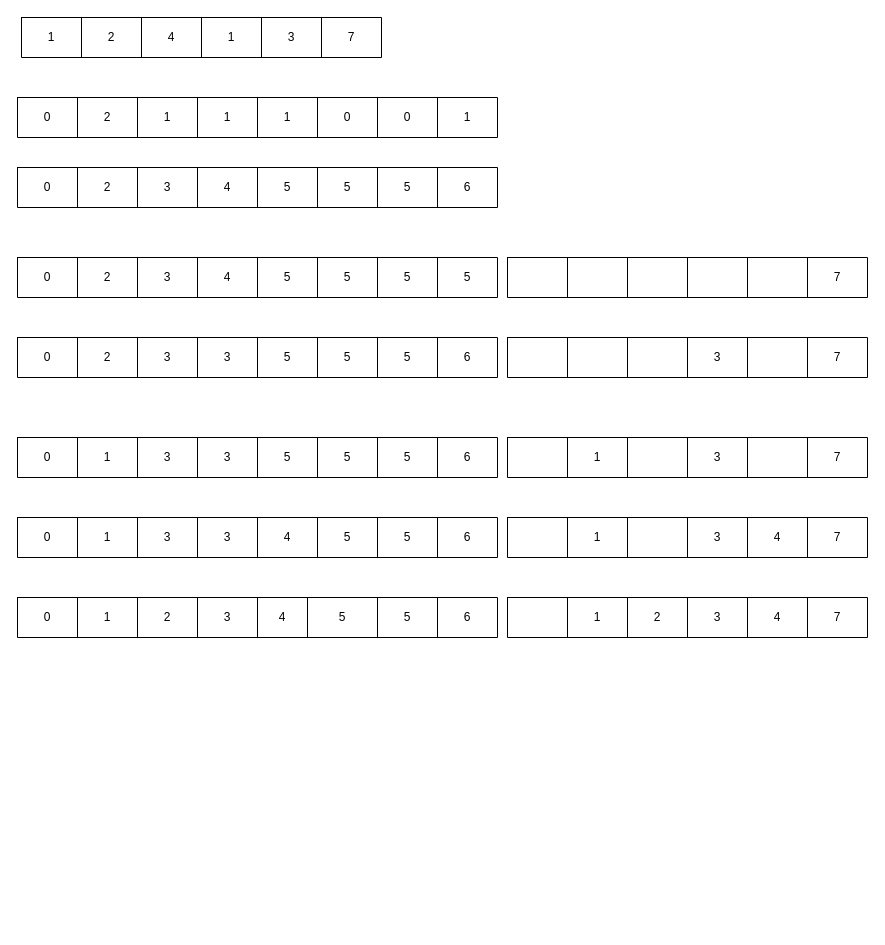
Above: Untitled sort.drawio in qinhaohao1114/my-draw (draw.io), before the change. Source tidied: cells renumbered, new cells numbered last; positions are measured from the earlier drawing's top-left corner, leaving out a move shared by most shapes. Both pictures are drawn from the tidied source at 100%, with x=0, y=0 at pixel (17, 17).
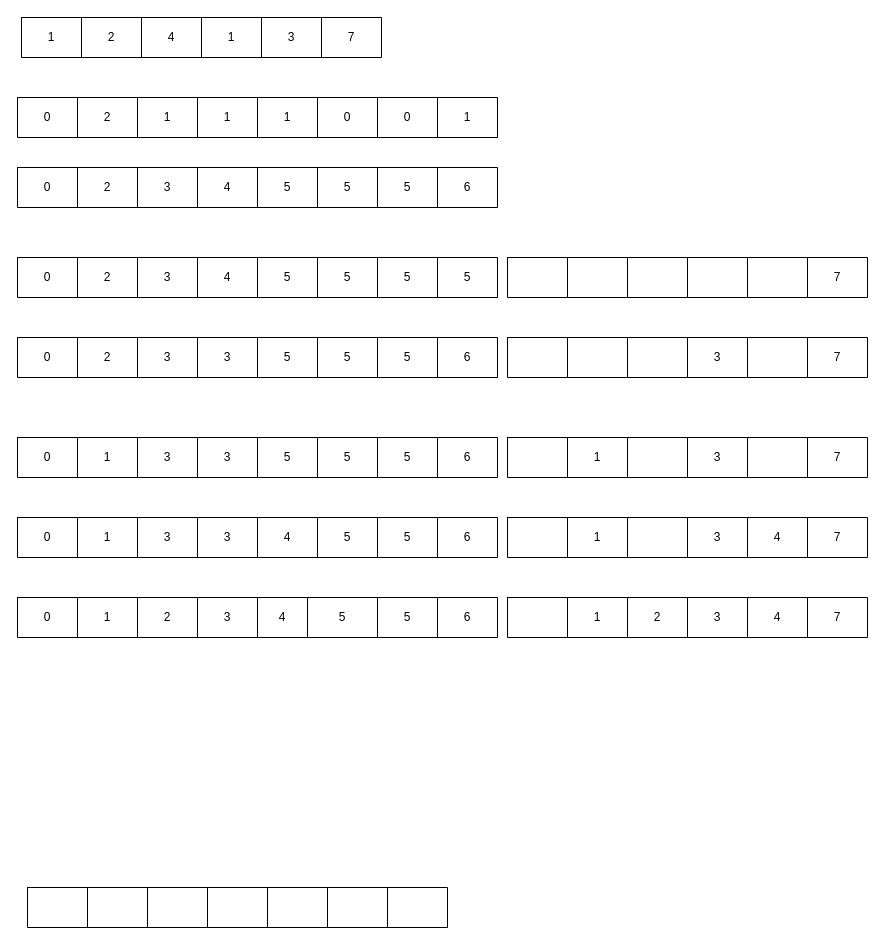
The same diagram, later.

What changed in the source:
```diff
@@
+    <mxCell id="120" style="shape=table;html=1;whiteSpace=wrap;startSize=0;childLayout=tableLayout;" parent="1" vertex="1">
+      <mxGeometry x="10" y="870" width="420" height="40" as="geometry" />
+    </mxCell>
+    <mxCell id="121" style="shape=partialRectangle;html=1;whiteSpace=wrap;fillColor=none;top=0;left=0;bottom=0;right=0;" parent="120" vertex="1">
+      <mxGeometry width="420" height="40" as="geometry" />
+    </mxCell>
+    <mxCell id="122" style="shape=partialRectangle;html=1;whiteSpace=wrap;overflow=hidden;fillColor=none;top=0;left=0;bottom=0;right=0;" parent="121" vertex="1">
+      <mxGeometry width="60" height="40" as="geometry" />
+    </mxCell>
+    <mxCell id="123" style="shape=partialRectangle;html=1;whiteSpace=wrap;overflow=hidden;fillColor=none;top=0;left=0;bottom=0;right=0;" parent="121" vertex="1">
+      <mxGeometry x="60" width="60" height="40" as="geometry" />
+    </mxCell>
+    <mxCell id="124" style="shape=partialRectangle;html=1;whiteSpace=wrap;overflow=hidden;fillColor=none;top=0;left=0;bottom=0;right=0;" parent="121" vertex="1">
+      <mxGeometry x="120" width="60" height="40" as="geometry" />
+    </mxCell>
+    <mxCell id="125" style="shape=partialRectangle;html=1;whiteSpace=wrap;overflow=hidden;fillColor=none;top=0;left=0;bottom=0;right=0;" parent="121" vertex="1">
+      <mxGeometry x="180" width="60" height="40" as="geometry" />
+    </mxCell>
+    <mxCell id="126" style="shape=partialRectangle;html=1;whiteSpace=wrap;overflow=hidden;fillColor=none;top=0;left=0;bottom=0;right=0;" parent="121" vertex="1">
+      <mxGeometry x="240" width="60" height="40" as="geometry" />
+    </mxCell>
+    <mxCell id="127" style="shape=partialRectangle;html=1;whiteSpace=wrap;overflow=hidden;fillColor=none;top=0;left=0;bottom=0;right=0;" parent="121" vertex="1">
+      <mxGeometry x="300" width="60" height="40" as="geometry" />
+    </mxCell>
+    <mxCell id="128" style="shape=partialRectangle;html=1;whiteSpace=wrap;overflow=hidden;fillColor=none;top=0;left=0;bottom=0;right=0;" parent="121" vertex="1">
+      <mxGeometry x="360" width="60" height="40" as="geometry" />
+    </mxCell>
```
